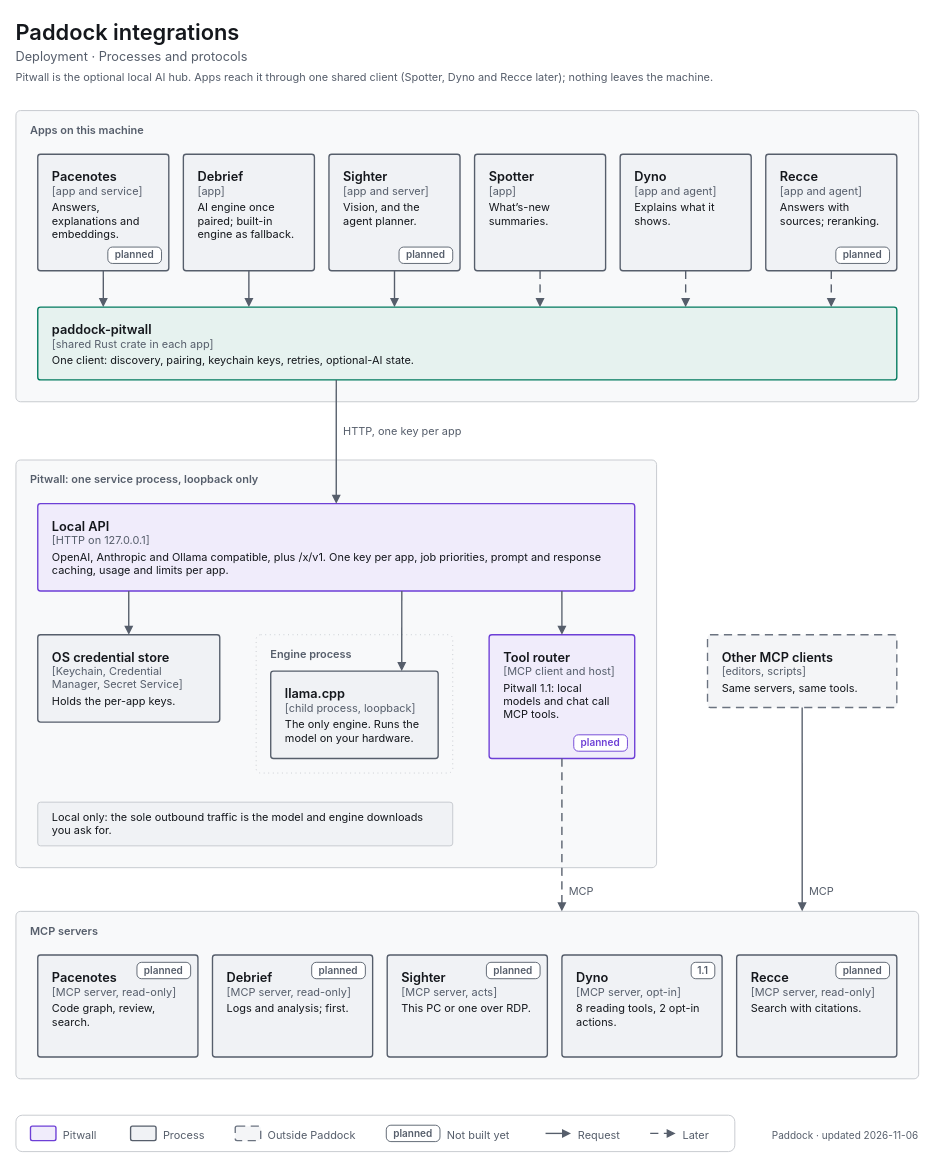
The draw.io diagram docs/images/src/drawio/paddock-integrations.drawio in decryp7/paddock, before the edit. Source tidied: cells renumbered, new cells numbered last; positions are measured from the earlier drawing's top-left corner, leaving out a move shared by most shapes. Both pictures are drawn from the tidied source at 91%, with x=0, y=0 at pixel (15, 15).
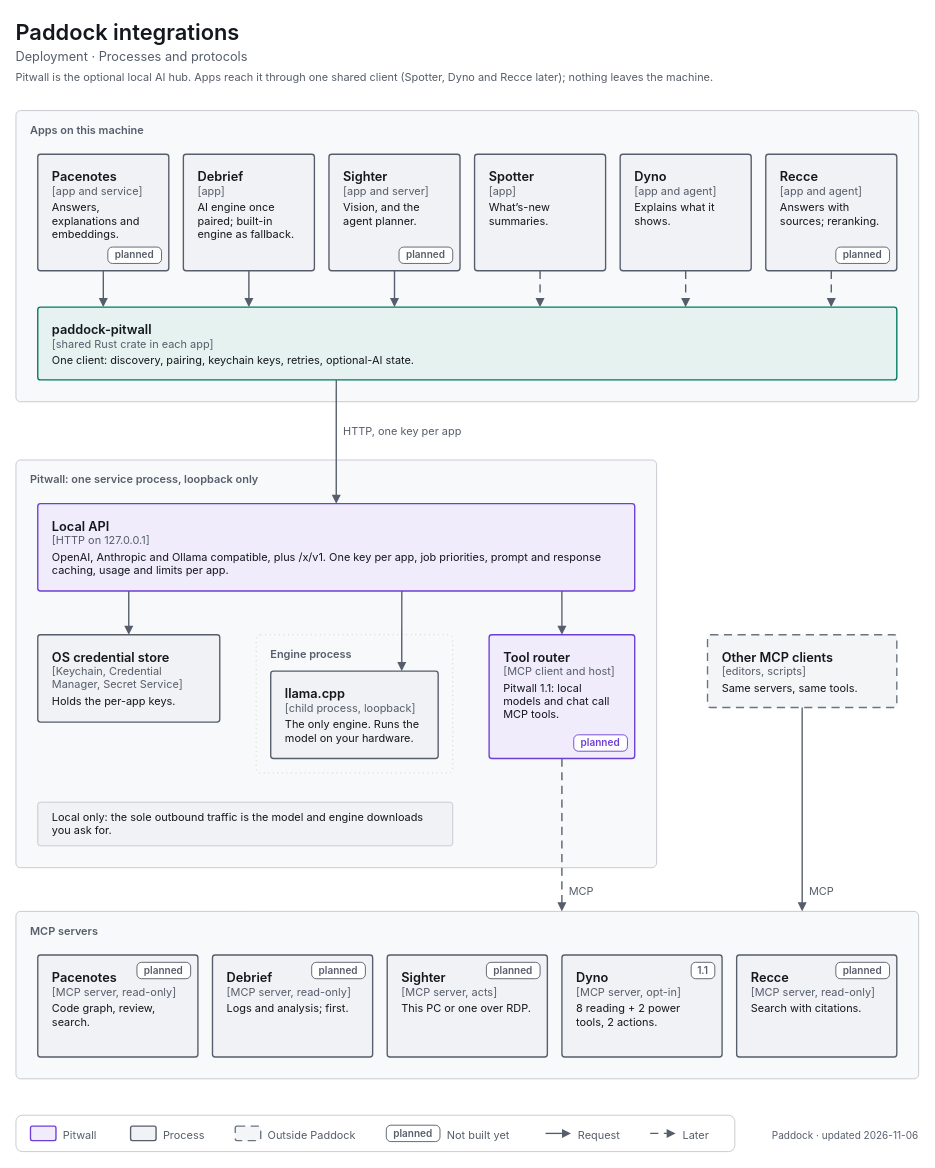
After the change.

The edit, as a diff of the source:
```diff
@@
-    <mxCell id="42" value="&lt;span style=&quot;font-size:14px;font-weight:600&quot;&gt;Dyno&lt;/span&gt;&lt;br&gt;&lt;span style=&quot;font-size:12px;color:light-dark(#565E6B,#A0A7B2)&quot;&gt;[MCP server, opt-in]&lt;/span&gt;&lt;br&gt;&lt;div style=&quot;margin-top:4px;font-size:12px&quot;&gt;8 reading tools, 2 opt-in actions.&lt;/div&gt;" style="html=1;whiteSpace=wrap;fontFamily=-apple-system,BlinkMacSystemFont,Segoe UI,system-ui,sans-serif;fontSize=12;fontColor=light-dark(#14171C,#ECEEF1);rounded=1;absoluteArcSize=1;arcSize=6;strokeWidth=1.5;strokeColor=light-dark(#565E6B,#A0A7B2);fillColor=light-dark(#F0F2F5,#1B1E23);align=left;verticalAlign=top;spacingLeft=14;spacingRight=14;spacingTop=10;spacingBottom=8;" parent="1" vertex="1">
+    <mxCell id="42" value="&lt;span style=&quot;font-size:14px;font-weight:600&quot;&gt;Dyno&lt;/span&gt;&lt;br&gt;&lt;span style=&quot;font-size:12px;color:light-dark(#565E6B,#A0A7B2)&quot;&gt;[MCP server, opt-in]&lt;/span&gt;&lt;br&gt;&lt;div style=&quot;margin-top:4px;font-size:12px&quot;&gt;8 reading + 2 power tools, 2 actions.&lt;/div&gt;" style="html=1;whiteSpace=wrap;fontFamily=-apple-system,BlinkMacSystemFont,Segoe UI,system-ui,sans-serif;fontSize=12;fontColor=light-dark(#14171C,#ECEEF1);rounded=1;absoluteArcSize=1;arcSize=6;strokeWidth=1.5;strokeColor=light-dark(#565E6B,#A0A7B2);fillColor=light-dark(#F0F2F5,#1B1E23);align=left;verticalAlign=top;spacingLeft=14;spacingRight=14;spacingTop=10;spacingBottom=8;" parent="1" vertex="1">
       <mxGeometry x="600" y="1032" width="176" height="112" as="geometry" />
     </mxCell>
```
